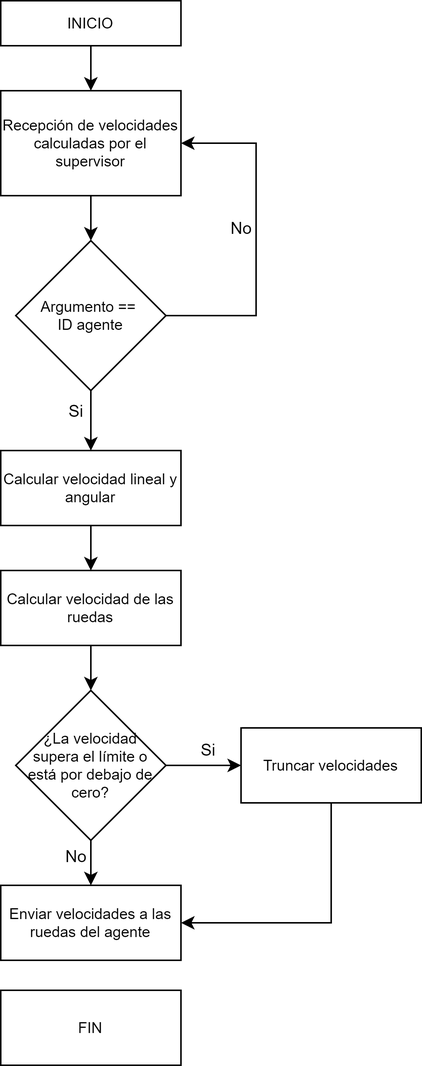
This is tesis_escrito/plantilla-tesis-uvg-2019-v5/figuras/diagrama_agentes.png from gerardopf/tesis-gerardo, a draw.io export, as it was before one commit. Source tidied: cells renumbered, new cells last; positions are measured from the earlier drawing's top-left corner, leaving out a move shared by most shapes. Its diagram source:
```xml
<mxGraphModel>
  <root>
    <mxCell id="0" />
    <mxCell id="1" parent="0" />
    <mxCell id="2" style="edgeStyle=orthogonalEdgeStyle;rounded=0;jettySize=auto;html=1;exitX=0.5;exitY=1;exitDx=0;exitDy=0;entryX=0.5;entryY=0;entryDx=0;entryDy=0;" parent="1" edge="1" source="3" target="10">
      <mxGeometry relative="1" as="geometry" />
    </mxCell>
    <mxCell id="3" value="INICIO" style="rounded=0;whiteSpace=wrap;html=1;fontSize=10;" parent="1" vertex="1">
      <mxGeometry width="120" height="30" as="geometry" />
    </mxCell>
    <mxCell id="4" style="edgeStyle=orthogonalEdgeStyle;rounded=0;jettySize=auto;html=1;exitX=0.5;exitY=1;exitDx=0;exitDy=0;entryX=0.5;entryY=0;entryDx=0;entryDy=0;" parent="1" edge="1" source="8" target="12">
      <mxGeometry relative="1" as="geometry" />
    </mxCell>
    <mxCell id="5" value="Si" style="edgeLabel;html=1;align=center;verticalAlign=middle;" parent="4" vertex="1">
      <mxGeometry x="-0.31" y="-1" relative="1" as="geometry">
        <mxPoint x="-9" as="offset" />
      </mxGeometry>
    </mxCell>
    <mxCell id="6" style="edgeStyle=orthogonalEdgeStyle;rounded=0;jettySize=auto;html=1;entryX=1;entryY=0.5;entryDx=0;entryDy=0;" parent="1" edge="1" source="8" target="10">
      <mxGeometry relative="1" as="geometry">
        <Array as="points">
          <mxPoint x="170" y="210" />
          <mxPoint x="170" y="95" />
        </Array>
      </mxGeometry>
    </mxCell>
    <mxCell id="7" value="No" style="edgeLabel;html=1;align=center;verticalAlign=middle;" parent="6" vertex="1">
      <mxGeometry x="0.05" y="3" relative="1" as="geometry">
        <mxPoint x="-7" as="offset" />
      </mxGeometry>
    </mxCell>
    <mxCell id="8" value="Argumento ==&amp;nbsp;&lt;div style=&quot;font-size: 10px;&quot;&gt;ID agente&lt;/div&gt;" style="rhombus;whiteSpace=wrap;html=1;fontSize=10;" parent="1" vertex="1">
      <mxGeometry x="10" y="160" width="100" height="100" as="geometry" />
    </mxCell>
    <mxCell id="9" style="edgeStyle=orthogonalEdgeStyle;rounded=0;jettySize=auto;html=1;exitX=0.5;exitY=1;exitDx=0;exitDy=0;entryX=0.5;entryY=0;entryDx=0;entryDy=0;" parent="1" edge="1" source="10" target="8">
      <mxGeometry relative="1" as="geometry" />
    </mxCell>
    <mxCell id="10" value="Recepción de velocidades calculadas por el supervisor" style="rounded=0;whiteSpace=wrap;html=1;fontSize=10;" parent="1" vertex="1">
      <mxGeometry y="60" width="120" height="70" as="geometry" />
    </mxCell>
    <mxCell id="11" style="edgeStyle=orthogonalEdgeStyle;rounded=0;jettySize=auto;html=1;exitX=0.5;exitY=1;exitDx=0;exitDy=0;entryX=0.5;entryY=0;entryDx=0;entryDy=0;" parent="1" edge="1" source="12" target="14">
      <mxGeometry relative="1" as="geometry" />
    </mxCell>
    <mxCell id="12" value="Calcular velocidad lineal y angular" style="rounded=0;whiteSpace=wrap;html=1;fontSize=10;" parent="1" vertex="1">
      <mxGeometry y="300" width="120" height="50" as="geometry" />
    </mxCell>
    <mxCell id="13" style="edgeStyle=orthogonalEdgeStyle;rounded=0;jettySize=auto;html=1;exitX=0.5;exitY=1;exitDx=0;exitDy=0;entryX=0.5;entryY=0;entryDx=0;entryDy=0;" parent="1" edge="1" source="14" target="20">
      <mxGeometry relative="1" as="geometry" />
    </mxCell>
    <mxCell id="14" value="Calcular velocidad de las ruedas" style="rounded=0;whiteSpace=wrap;html=1;fontSize=10;" parent="1" vertex="1">
      <mxGeometry y="380" width="120" height="50" as="geometry" />
    </mxCell>
    <mxCell id="15" value="Enviar velocidades a las ruedas del agente" style="rounded=0;whiteSpace=wrap;html=1;fontSize=10;" parent="1" vertex="1">
      <mxGeometry y="590" width="120" height="50" as="geometry" />
    </mxCell>
    <mxCell id="16" style="edgeStyle=orthogonalEdgeStyle;rounded=0;jettySize=auto;html=1;exitX=0.5;exitY=1;exitDx=0;exitDy=0;entryX=0.5;entryY=0;entryDx=0;entryDy=0;" parent="1" edge="1" source="20" target="15">
      <mxGeometry relative="1" as="geometry" />
    </mxCell>
    <mxCell id="17" value="No" style="edgeLabel;html=1;align=center;verticalAlign=middle;" parent="16" vertex="1">
      <mxGeometry x="-0.31" y="2" relative="1" as="geometry">
        <mxPoint x="-12" as="offset" />
      </mxGeometry>
    </mxCell>
    <mxCell id="18" style="edgeStyle=orthogonalEdgeStyle;rounded=0;jettySize=auto;html=1;exitX=1;exitY=0.5;exitDx=0;exitDy=0;" parent="1" edge="1" source="20" target="22">
      <mxGeometry relative="1" as="geometry" />
    </mxCell>
    <mxCell id="19" value="Si" style="edgeLabel;html=1;align=center;verticalAlign=middle;" parent="18" vertex="1">
      <mxGeometry x="0.13" y="-1" relative="1" as="geometry">
        <mxPoint y="-11" as="offset" />
      </mxGeometry>
    </mxCell>
    <mxCell id="20" value="¿La velocidad supera el límite o está por debajo de cero?" style="rhombus;fontSize=10;horizontal=1;align=center;labelBackgroundColor=none;labelBorderColor=none;textShadow=0;whiteSpace=wrap;html=1;spacingTop=0;spacing=4;" parent="1" vertex="1">
      <mxGeometry x="10" y="460" width="100" height="100" as="geometry" />
    </mxCell>
    <mxCell id="21" style="edgeStyle=orthogonalEdgeStyle;rounded=0;jettySize=auto;html=1;entryX=1;entryY=0.5;entryDx=0;entryDy=0;" parent="1" edge="1" source="22" target="15">
      <mxGeometry relative="1" as="geometry">
        <Array as="points">
          <mxPoint x="220" y="615" />
        </Array>
      </mxGeometry>
    </mxCell>
    <mxCell id="22" value="Truncar velocidades" style="rounded=0;whiteSpace=wrap;html=1;fontSize=10;" parent="1" vertex="1">
      <mxGeometry x="160" y="485" width="120" height="50" as="geometry" />
    </mxCell>
    <mxCell id="23" value="FIN" style="rounded=0;whiteSpace=wrap;html=1;fontSize=10;" parent="1" vertex="1">
      <mxGeometry y="660" width="120" height="50" as="geometry" />
    </mxCell>
  </root>
</mxGraphModel>
```
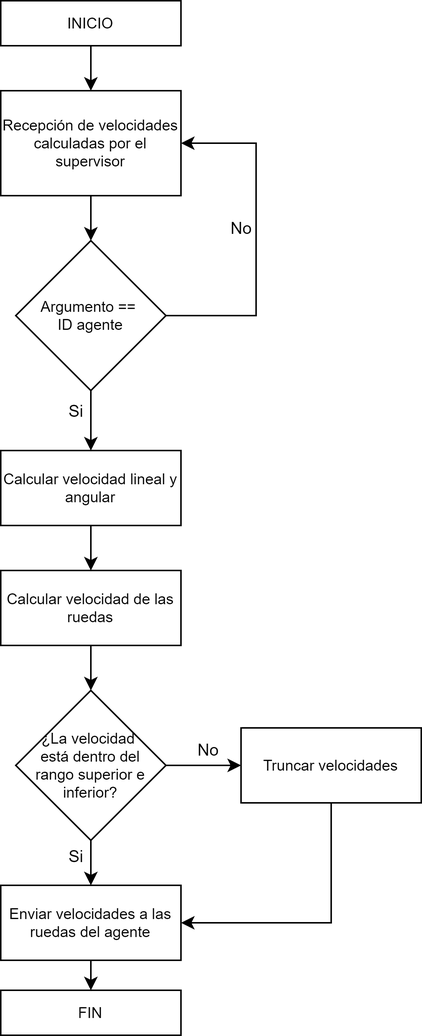
Above is the later version.

Diff of the diagram source:
```diff
@@ -50,13 +50,16 @@
     <mxCell id="14" value="Calcular velocidad de las ruedas" style="rounded=0;whiteSpace=wrap;html=1;fontSize=10;" parent="1" vertex="1">
       <mxGeometry y="380" width="120" height="50" as="geometry" />
     </mxCell>
+    <mxCell id="24" style="edgeStyle=orthogonalEdgeStyle;rounded=0;jettySize=auto;html=1;exitX=0.5;exitY=1;exitDx=0;exitDy=0;entryX=0.5;entryY=0;entryDx=0;entryDy=0;" parent="1" edge="1" source="15" target="23">
+      <mxGeometry relative="1" as="geometry" />
+    </mxCell>
     <mxCell id="15" value="Enviar velocidades a las ruedas del agente" style="rounded=0;whiteSpace=wrap;html=1;fontSize=10;" parent="1" vertex="1">
       <mxGeometry y="590" width="120" height="50" as="geometry" />
     </mxCell>
     <mxCell id="16" style="edgeStyle=orthogonalEdgeStyle;rounded=0;jettySize=auto;html=1;exitX=0.5;exitY=1;exitDx=0;exitDy=0;entryX=0.5;entryY=0;entryDx=0;entryDy=0;" parent="1" edge="1" source="20" target="15">
       <mxGeometry relative="1" as="geometry" />
     </mxCell>
-    <mxCell id="17" value="No" style="edgeLabel;html=1;align=center;verticalAlign=middle;" parent="16" vertex="1">
+    <mxCell id="17" value="Si" style="edgeLabel;html=1;align=center;verticalAlign=middle;" parent="16" vertex="1">
       <mxGeometry x="-0.31" y="2" relative="1" as="geometry">
         <mxPoint x="-12" as="offset" />
       </mxGeometry>
@@ -64,12 +67,12 @@
     <mxCell id="18" style="edgeStyle=orthogonalEdgeStyle;rounded=0;jettySize=auto;html=1;exitX=1;exitY=0.5;exitDx=0;exitDy=0;" parent="1" edge="1" source="20" target="22">
       <mxGeometry relative="1" as="geometry" />
     </mxCell>
-    <mxCell id="19" value="Si" style="edgeLabel;html=1;align=center;verticalAlign=middle;" parent="18" vertex="1">
+    <mxCell id="19" value="No" style="edgeLabel;html=1;align=center;verticalAlign=middle;" parent="18" vertex="1">
       <mxGeometry x="0.13" y="-1" relative="1" as="geometry">
         <mxPoint y="-11" as="offset" />
       </mxGeometry>
     </mxCell>
-    <mxCell id="20" value="¿La velocidad supera el límite o está por debajo de cero?" style="rhombus;fontSize=10;horizontal=1;align=center;labelBackgroundColor=none;labelBorderColor=none;textShadow=0;whiteSpace=wrap;html=1;spacingTop=0;spacing=4;" parent="1" vertex="1">
+    <mxCell id="20" value="¿La velocidad&amp;nbsp;&lt;div&gt;está dentro del rango superior e inferior?&lt;/div&gt;" style="rhombus;fontSize=10;horizontal=1;align=center;labelBackgroundColor=none;labelBorderColor=none;textShadow=0;whiteSpace=wrap;html=1;spacingTop=0;spacing=4;" parent="1" vertex="1">
       <mxGeometry x="10" y="460" width="100" height="100" as="geometry" />
     </mxCell>
     <mxCell id="21" style="edgeStyle=orthogonalEdgeStyle;rounded=0;jettySize=auto;html=1;entryX=1;entryY=0.5;entryDx=0;entryDy=0;" parent="1" edge="1" source="22" target="15">
@@ -83,7 +86,7 @@
       <mxGeometry x="160" y="485" width="120" height="50" as="geometry" />
     </mxCell>
     <mxCell id="23" value="FIN" style="rounded=0;whiteSpace=wrap;html=1;fontSize=10;" parent="1" vertex="1">
-      <mxGeometry y="660" width="120" height="50" as="geometry" />
+      <mxGeometry y="660" width="120" height="30" as="geometry" />
     </mxCell>
   </root>
 </mxGraphModel>
```
